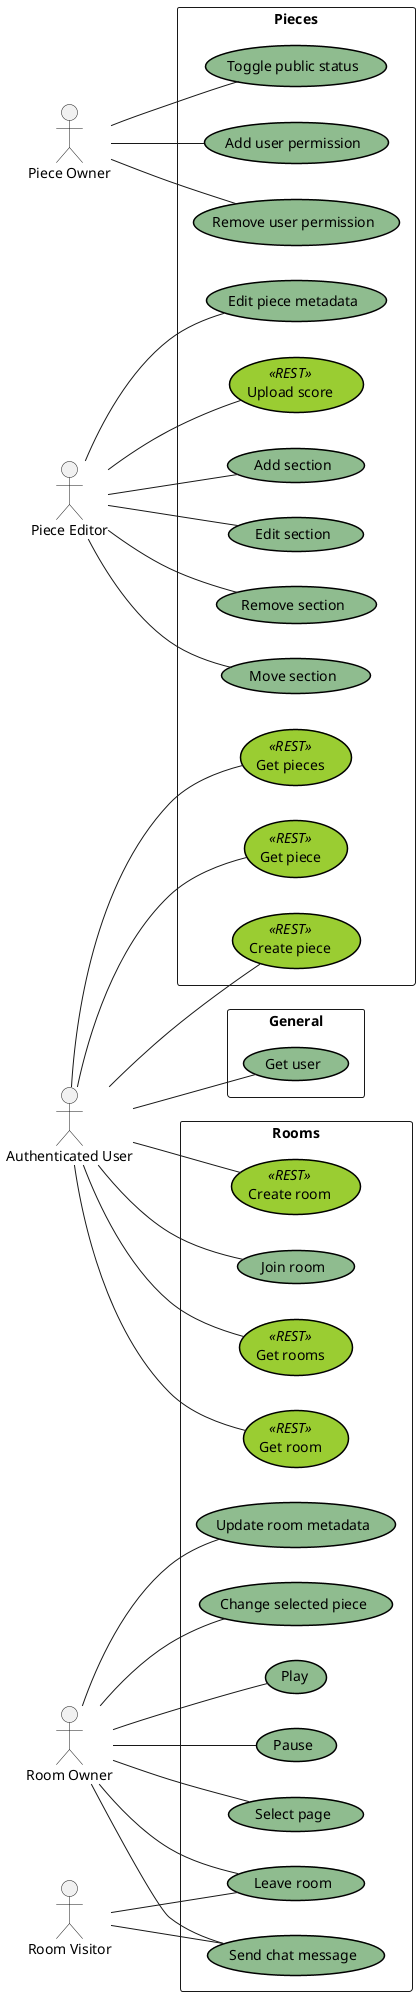
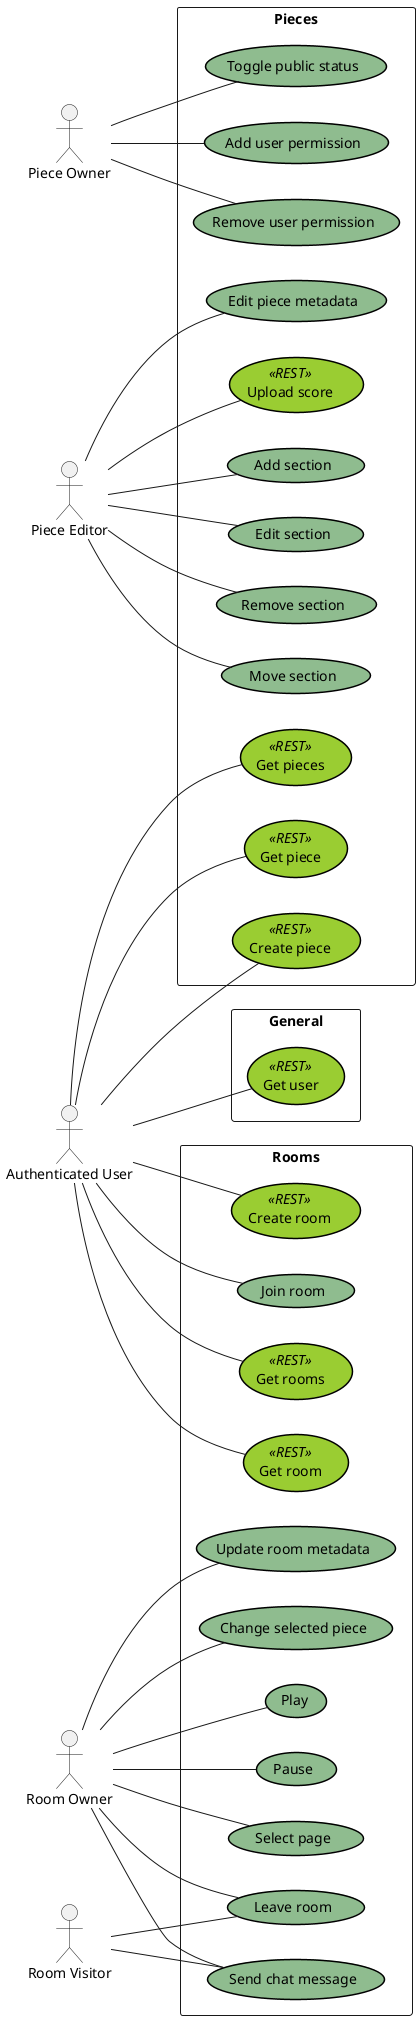
@startuml
' https://plantuml.com/use-case-diagram
left to right direction

skinparam usecase {
    BorderThickness 1.5
    BorderColor Black

    BackgroundColor DarkSeaGreen

    BackgroundColor<< REST >> YellowGreen
}

actor "Authenticated User" as AU
actor "Piece Owner" as PO
actor "Piece Editor" as PE
actor "Room Owner" as RO
actor "Room Visitor" as RV

rectangle "General" {
-   usecase UC_GetUser as "Get user"
+   usecase UC_GetUser << REST >> as "Get user"
}

rectangle "Pieces" {
  usecase UC_GetPieces << REST >> as "Get pieces"
  usecase UC_GetPiece << REST >> as "Get piece"
  usecase UC_CreatePiece << REST >> as "Create piece"

  usecase UC_TogglePublic as "Toggle public status"
  usecase UC_AddUserPerm as "Add user permission"
  usecase UC_RemoveUserPerm as "Remove user permission"

  usecase UC_EditMetadata as "Edit piece metadata"
  usecase UC_UploadScore << REST >> as "Upload score"
  usecase UC_AddSection as "Add section"
  usecase UC_EditSection as "Edit section"
  usecase UC_RemoveSection as "Remove section"
  usecase UC_MoveSection as "Move section"
}

rectangle "Rooms" {
  usecase UC_GetRooms << REST >> as "Get rooms"
  usecase UC_GetRoom << REST >> as "Get room"
  usecase UC_CreateRoom << REST >> as "Create room"
  usecase UC_JoinRoom as "Join room"

  usecase UC_UpdateRoomMeta as "Update room metadata"
  usecase UC_ChangeSelected as "Change selected piece"
  usecase UC_Play as "Play"
  usecase UC_Pause as "Pause"
  usecase UC_ChangeCurrentPosition as "Select page"

  usecase UC_LeaveRoom as "Leave room"
  usecase UC_SendChat as "Send chat message"
}

' Authenticated user actions
AU -- UC_GetUser
AU -- UC_GetPieces
AU -- UC_GetPiece
AU -- UC_CreatePiece
AU -- UC_GetRooms
AU -- UC_GetRoom
AU -- UC_CreateRoom
AU -- UC_JoinRoom

' Piece owner actions
PO -- UC_TogglePublic
PO -- UC_AddUserPerm
PO -- UC_RemoveUserPerm

' Piece editor actions
PE -- UC_EditMetadata
PE -- UC_UploadScore
PE -- UC_AddSection
PE -- UC_EditSection
PE -- UC_RemoveSection
PE -- UC_MoveSection

' Room owner actions
RO -- UC_UpdateRoomMeta
RO -- UC_ChangeSelected
RO -- UC_Play
RO -- UC_Pause
RO -- UC_ChangeCurrentPosition
RO -- UC_LeaveRoom
RO -- UC_SendChat

' Room visitor actions
RV -- UC_LeaveRoom
RV -- UC_SendChat


@enduml
